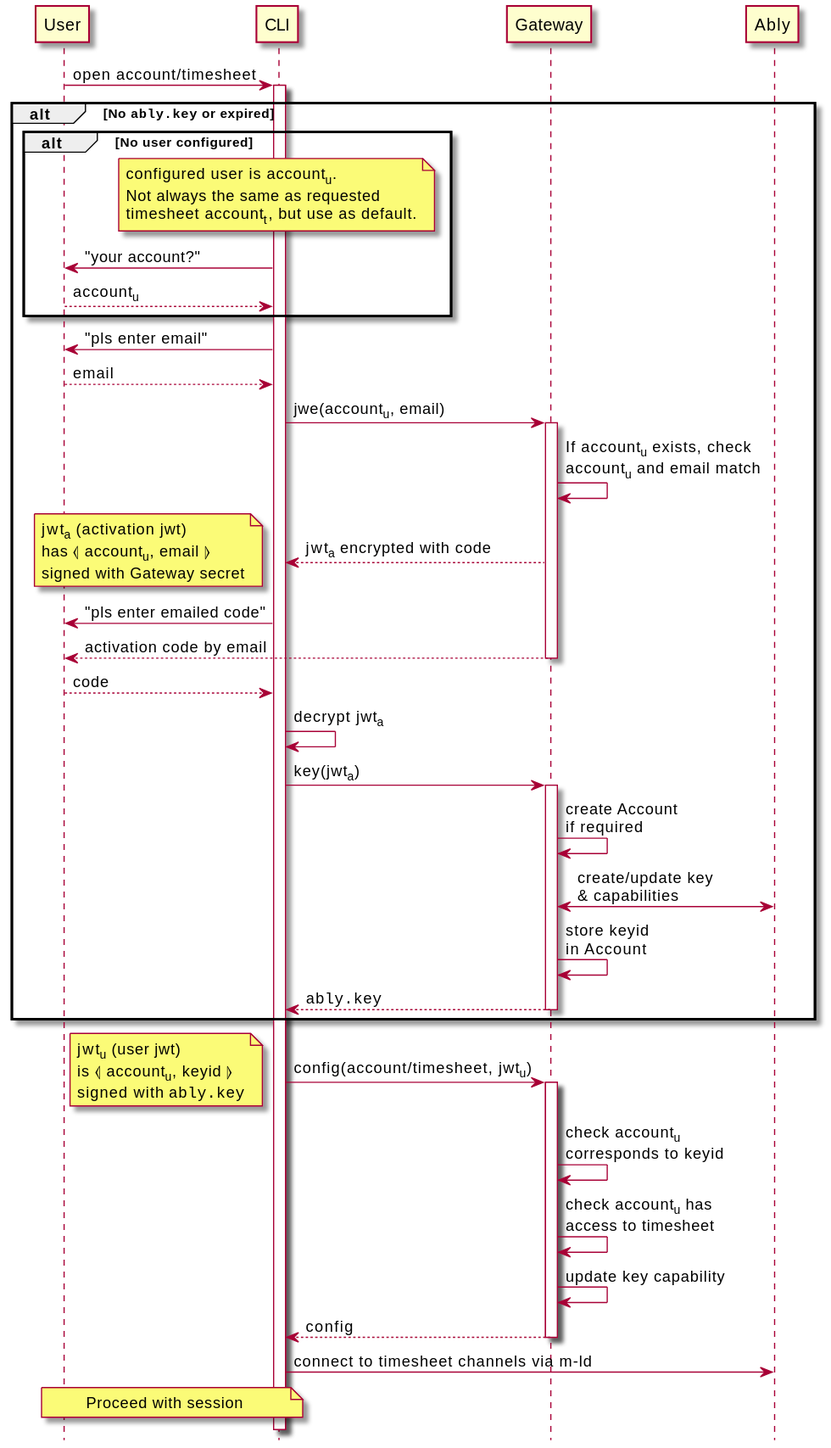
This is architecture/security/img/register-cli.seq.svg from m-ld/timeld, a PlantUML export, as it was before one commit.
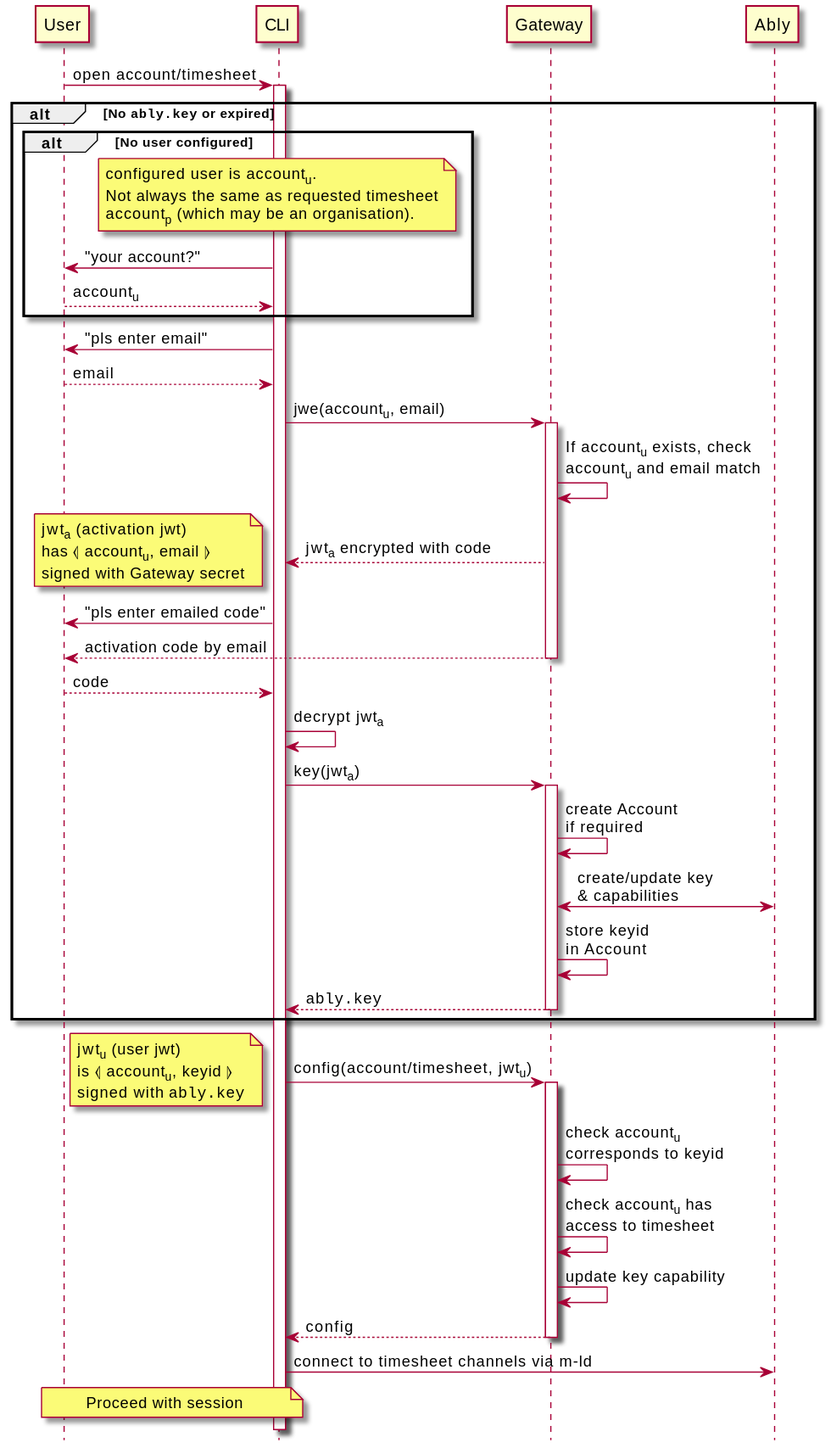
After the change.

Commit message:
#16: Security refinement: a timesheet can only be edited via its owning account; can additionally be read by a project client

Change to the diagram source:
```diff
@@ -6,8 +6,8 @@
   alt No user configured
     note over CLI
       configured user is account<sub>u</sub>.
-      Not always the same as requested
-      timesheet account<sub>t</sub>, but use as default.
+      Not always the same as requested timesheet
+      account<sub>p</sub> (which may be an organisation).
     end note
     CLI -> User: "your account?"
     User --> CLI: account<sub>u</sub>
```
